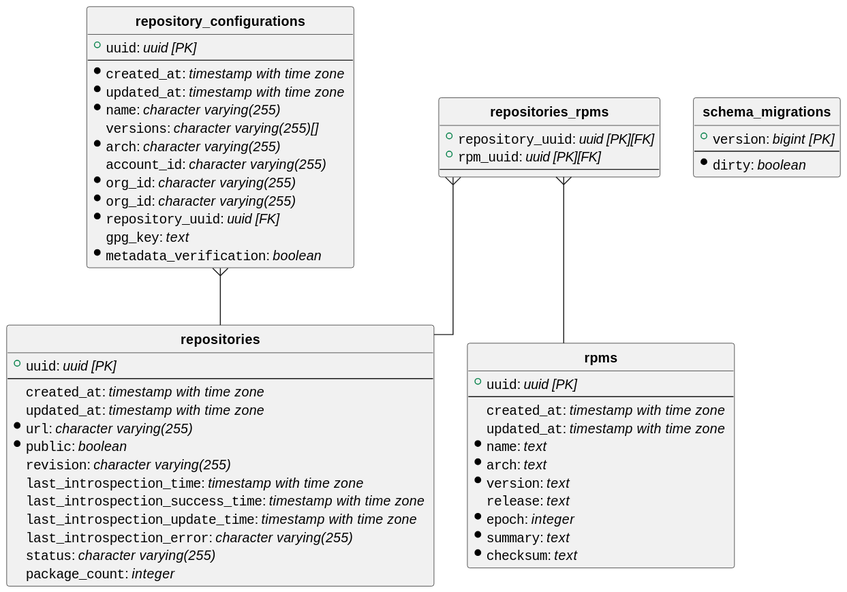
This is docs/db-model.svg from content-services/content-sources-backend, a PlantUML export, as it was before one commit. The source it was exported from:
```plantuml
@startuml
hide circle
skinparam linetype ortho

entity "**repositories**" {
  + ""uuid"": //uuid [PK]//
  --
  ""created_at"": //timestamp with time zone //
  ""updated_at"": //timestamp with time zone //
  *""url"": //character varying(255) //
  *""public"": //boolean //
  ""revision"": //character varying(255) //
  ""last_introspection_time"": //timestamp with time zone //
  ""last_introspection_success_time"": //timestamp with time zone //
  ""last_introspection_update_time"": //timestamp with time zone //
  ""last_introspection_error"": //character varying(255) //
  ""status"": //character varying(255) //
  ""package_count"": //integer //
}

entity "**repositories_rpms**" {
  + ""repository_uuid"": //uuid [PK][FK]//
  + ""rpm_uuid"": //uuid [PK][FK]//
  --
}

entity "**repository_configurations**" {
  + ""uuid"": //uuid [PK]//
  --
  *""created_at"": //timestamp with time zone //
  *""updated_at"": //timestamp with time zone //
  *""name"": //character varying(255) //
  ""versions"": //character varying(255)[] //
  *""arch"": //character varying(255) //
  ""account_id"": //character varying(255) //
  *""org_id"": //character varying(255) //
  *""org_id"": //character varying(255) //
  *""repository_uuid"": //uuid [FK]//
  ""gpg_key"": //text //
  *""metadata_verification"": //boolean //
}

entity "**rpms**" {
  + ""uuid"": //uuid [PK]//
  --
  ""created_at"": //timestamp with time zone //
  ""updated_at"": //timestamp with time zone //
  *""name"": //text //
  *""arch"": //text //
  *""version"": //text //
  ""release"": //text //
  *""epoch"": //integer //
  *""summary"": //text //
  *""checksum"": //text //
}

entity "**schema_migrations**" {
  + ""version"": //bigint [PK]//
  --
  *""dirty"": //boolean //
}

"**repositories_rpms**"   }--  "**repositories**"

"**repositories_rpms**"   }--  "**rpms**"

"**repository_configurations**"   }--  "**repositories**"
@enduml
```
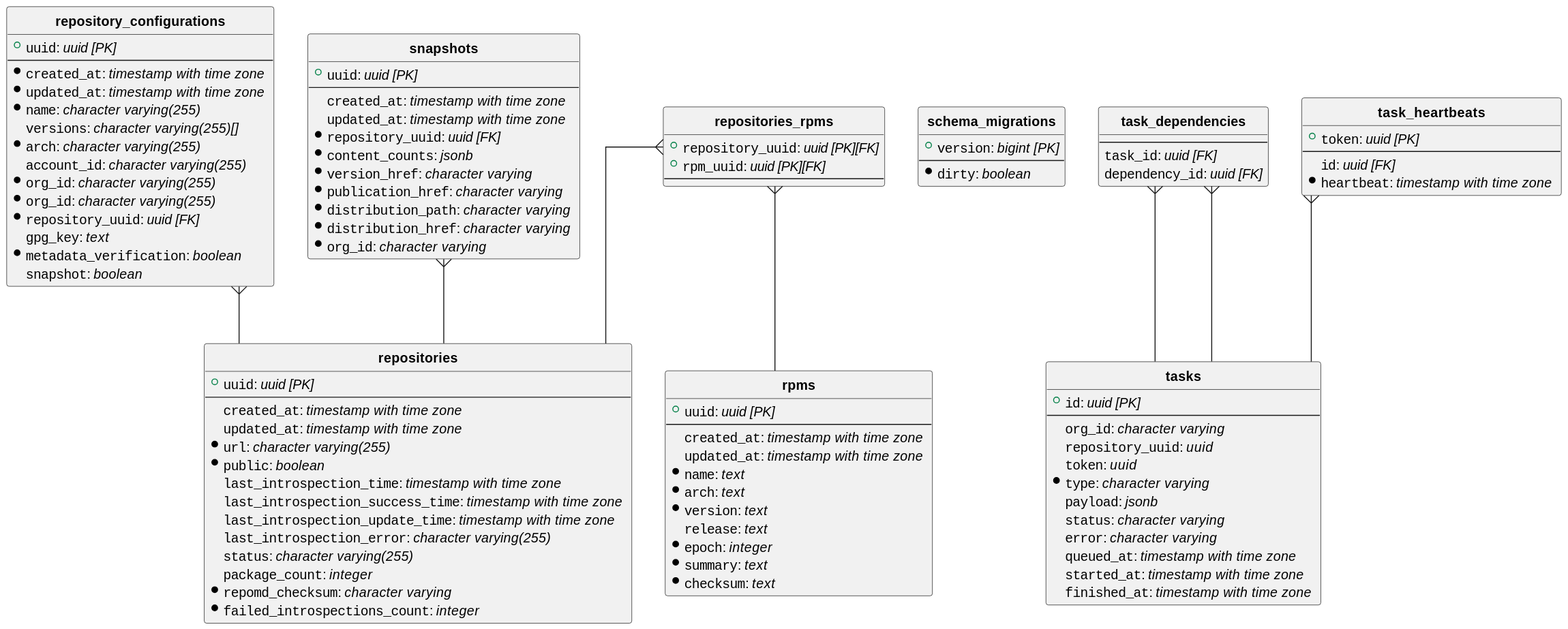
After the change.

Diff of the diagram source:
```diff
@@ -9,13 +9,14 @@
   ""updated_at"": //timestamp with time zone //
   *""url"": //character varying(255) //
   *""public"": //boolean //
-  ""revision"": //character varying(255) //
   ""last_introspection_time"": //timestamp with time zone //
   ""last_introspection_success_time"": //timestamp with time zone //
   ""last_introspection_update_time"": //timestamp with time zone //
   ""last_introspection_error"": //character varying(255) //
   ""status"": //character varying(255) //
   ""package_count"": //integer //
+  *""repomd_checksum"": //character varying //
+  *""failed_introspections_count"": //integer //
 }
 
 entity "**repositories_rpms**" {
@@ -38,6 +39,7 @@
   *""repository_uuid"": //uuid [FK]//
   ""gpg_key"": //text //
   *""metadata_verification"": //boolean //
+  ""snapshot"": //boolean //
 }
 
 entity "**rpms**" {
@@ -60,9 +62,59 @@
   *""dirty"": //boolean //
 }
 
+entity "**snapshots**" {
+  + ""uuid"": //uuid [PK]//
+  --
+  ""created_at"": //timestamp with time zone //
+  ""updated_at"": //timestamp with time zone //
+  *""repository_uuid"": //uuid [FK]//
+  *""content_counts"": //jsonb //
+  *""version_href"": //character varying //
+  *""publication_href"": //character varying //
+  *""distribution_path"": //character varying //
+  *""distribution_href"": //character varying //
+  *""org_id"": //character varying //
+}
+
+entity "**task_dependencies**" {
+  --
+  ""task_id"": //uuid [FK]//
+  ""dependency_id"": //uuid [FK]//
+}
+
+entity "**task_heartbeats**" {
+  + ""token"": //uuid [PK]//
+  --
+  ""id"": //uuid [FK]//
+  *""heartbeat"": //timestamp with time zone //
+}
+
+entity "**tasks**" {
+  + ""id"": //uuid [PK]//
+  --
+  ""org_id"": //character varying //
+  ""repository_uuid"": //uuid //
+  ""token"": //uuid //
+  *""type"": //character varying //
+  ""payload"": //jsonb //
+  ""status"": //character varying //
+  ""error"": //character varying //
+  ""queued_at"": //timestamp with time zone //
+  ""started_at"": //timestamp with time zone //
+  ""finished_at"": //timestamp with time zone //
+}
+
 "**repositories_rpms**"   }--  "**repositories**"
 
 "**repositories_rpms**"   }--  "**rpms**"
 
 "**repository_configurations**"   }--  "**repositories**"
+
+"**snapshots**"   }--  "**repositories**"
+
+"**task_dependencies**"   }--  "**tasks**"
+
+"**task_dependencies**"   }--  "**tasks**"
+
+"**task_heartbeats**"   }--  "**tasks**"
 @enduml
```
